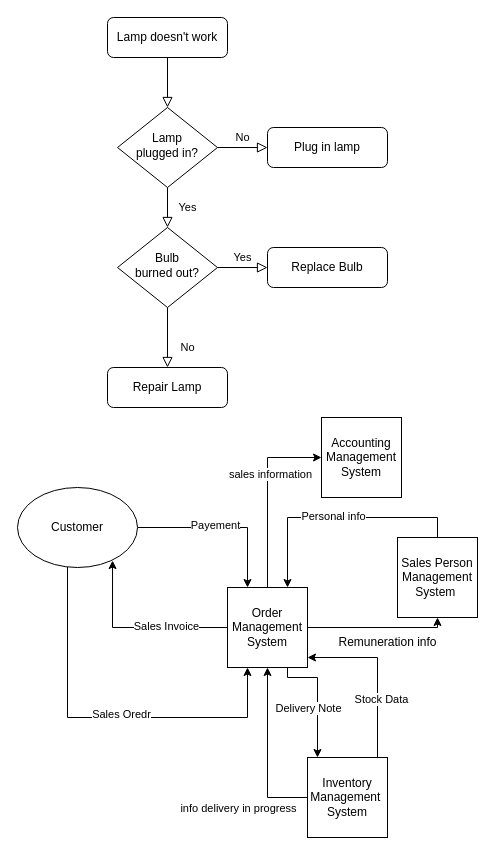
BorchaniMohamed/BI_PROJECT_PFE keeps this draw.io diagram as Diagramme sans nom.drawio. Above is the earlier version. Source tidied: cells renumbered, new cells numbered last; positions are measured from the earlier drawing's top-left corner, leaving out a move shared by most shapes. Both pictures are drawn from the tidied source at 100%, with x=0, y=0 at pixel (17, 17).
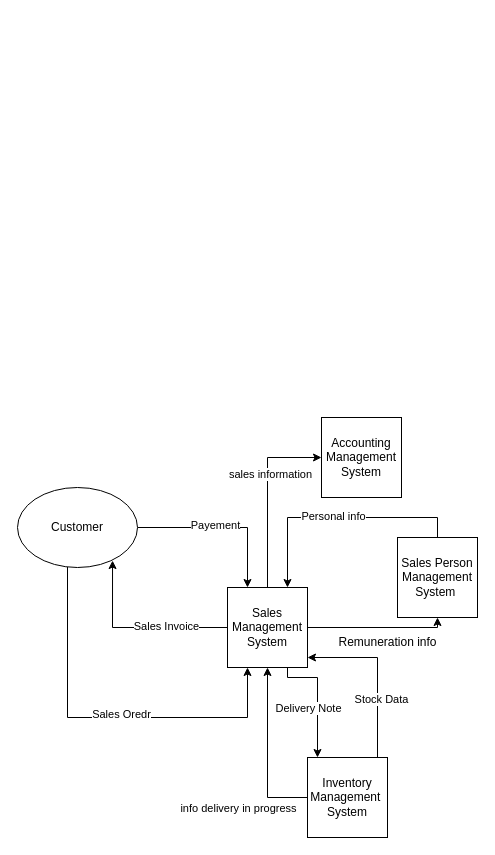
After the change.

Commit message:
Mettre à jour Diagramme sans nom.drawio

The edit, as a diff of the source:
```diff
@@
-    <mxCell id="2" style="rounded=0;html=1;jettySize=auto;fontSize=11;endArrow=block;endFill=0;endSize=8;strokeWidth=1;shadow=0;labelBackgroundColor=none;edgeStyle=orthogonalEdgeStyle;" parent="1" edge="1" source="3" target="6">
-      <mxGeometry relative="1" as="geometry" />
-    </mxCell>
-    <mxCell id="3" value="Lamp doesn't work" style="rounded=1;whiteSpace=wrap;html=1;fontSize=12;glass=0;strokeWidth=1;shadow=0;" parent="1" vertex="1">
-      <mxGeometry x="90" width="120" height="40" as="geometry" />
-    </mxCell>
-    <mxCell id="4" value="Yes" style="rounded=0;html=1;jettySize=auto;fontSize=11;endArrow=block;endFill=0;endSize=8;strokeWidth=1;shadow=0;labelBackgroundColor=none;edgeStyle=orthogonalEdgeStyle;" parent="1" edge="1" source="6" target="10">
-      <mxGeometry y="20" relative="1" as="geometry" />
-    </mxCell>
-    <mxCell id="5" value="No" style="edgeStyle=orthogonalEdgeStyle;rounded=0;html=1;jettySize=auto;fontSize=11;endArrow=block;endFill=0;endSize=8;strokeWidth=1;shadow=0;labelBackgroundColor=none;" parent="1" edge="1" source="6" target="7">
-      <mxGeometry y="10" relative="1" as="geometry" />
-    </mxCell>
-    <mxCell id="6" value="Lamp&lt;br&gt;plugged in?" style="rhombus;whiteSpace=wrap;html=1;shadow=0;fontFamily=Helvetica;fontSize=12;align=center;strokeWidth=1;spacing=6;spacingTop=-4;" parent="1" vertex="1">
-      <mxGeometry x="100" y="90" width="100" height="80" as="geometry" />
-    </mxCell>
-    <mxCell id="7" value="Plug in lamp" style="rounded=1;whiteSpace=wrap;html=1;fontSize=12;glass=0;strokeWidth=1;shadow=0;" parent="1" vertex="1">
-      <mxGeometry x="250" y="110" width="120" height="40" as="geometry" />
-    </mxCell>
-    <mxCell id="8" value="No" style="rounded=0;html=1;jettySize=auto;fontSize=11;endArrow=block;endFill=0;endSize=8;strokeWidth=1;shadow=0;labelBackgroundColor=none;edgeStyle=orthogonalEdgeStyle;" parent="1" edge="1" source="10" target="11">
-      <mxGeometry x="0.33" y="20" relative="1" as="geometry" />
-    </mxCell>
-    <mxCell id="9" value="Yes" style="edgeStyle=orthogonalEdgeStyle;rounded=0;html=1;jettySize=auto;fontSize=11;endArrow=block;endFill=0;endSize=8;strokeWidth=1;shadow=0;labelBackgroundColor=none;" parent="1" edge="1" source="10" target="12">
-      <mxGeometry y="10" relative="1" as="geometry" />
-    </mxCell>
-    <mxCell id="10" value="Bulb&lt;br&gt;burned out?" style="rhombus;whiteSpace=wrap;html=1;shadow=0;fontFamily=Helvetica;fontSize=12;align=center;strokeWidth=1;spacing=6;spacingTop=-4;" parent="1" vertex="1">
-      <mxGeometry x="100" y="210" width="100" height="80" as="geometry" />
-    </mxCell>
-    <mxCell id="11" value="Repair Lamp" style="rounded=1;whiteSpace=wrap;html=1;fontSize=12;glass=0;strokeWidth=1;shadow=0;" parent="1" vertex="1">
-      <mxGeometry x="90" y="350" width="120" height="40" as="geometry" />
-    </mxCell>
-    <mxCell id="12" value="Replace Bulb" style="rounded=1;whiteSpace=wrap;html=1;fontSize=12;glass=0;strokeWidth=1;shadow=0;" parent="1" vertex="1">
-      <mxGeometry x="250" y="230" width="120" height="40" as="geometry" />
-    </mxCell>
@@
-    <mxCell id="25" value="Order Management System" style="whiteSpace=wrap;html=1;" parent="1" vertex="1">
+    <mxCell id="25" value="Sales Management System" style="whiteSpace=wrap;html=1;" parent="1" vertex="1">
       <mxGeometry x="210" y="570" width="80" height="80" as="geometry" />
     </mxCell>
```
